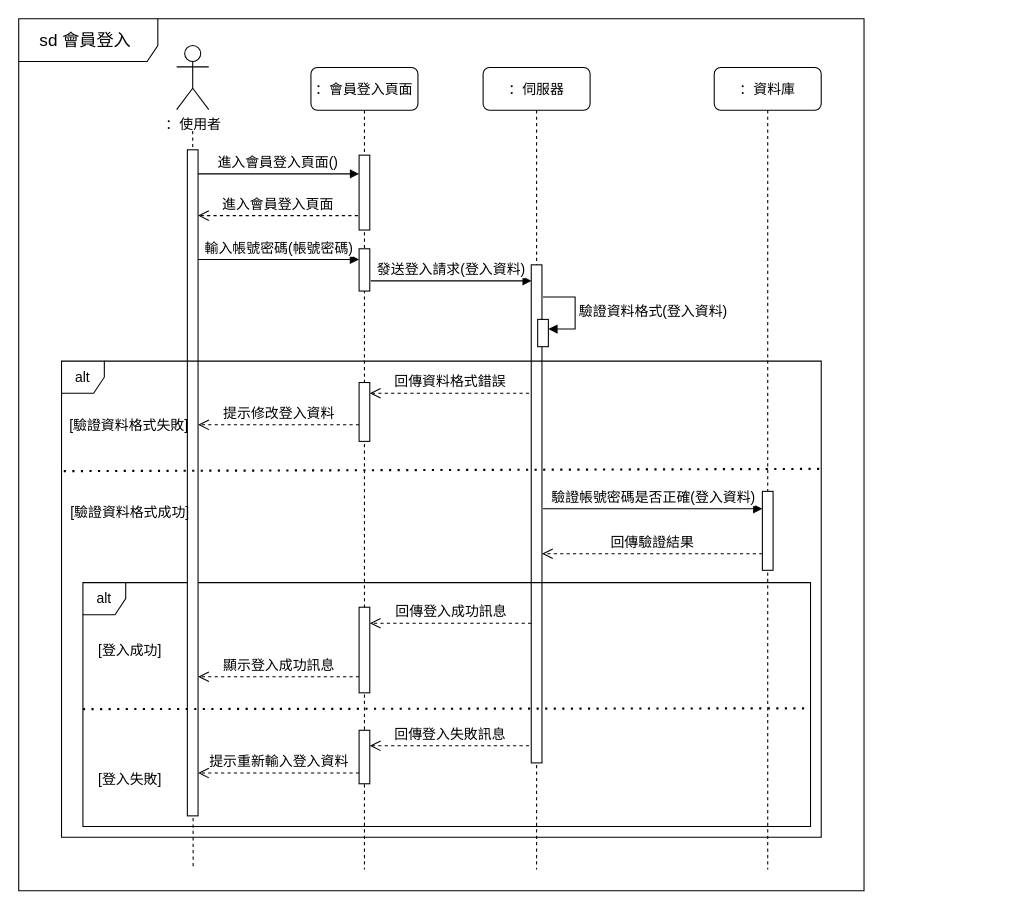
Above: page "會員登入" (2 of 9) of 文件製作/複評檔案/物件導向/循序圖.drawio in Cuddles-Yu/ntub-coding (draw.io), before the change. Source tidied: cells renumbered, new cells numbered last; positions are measured from the earlier drawing's top-left corner, leaving out a move shared by most shapes. Both pictures are drawn from the tidied source at 107%, with x=0, y=0 at pixel (18, 18).
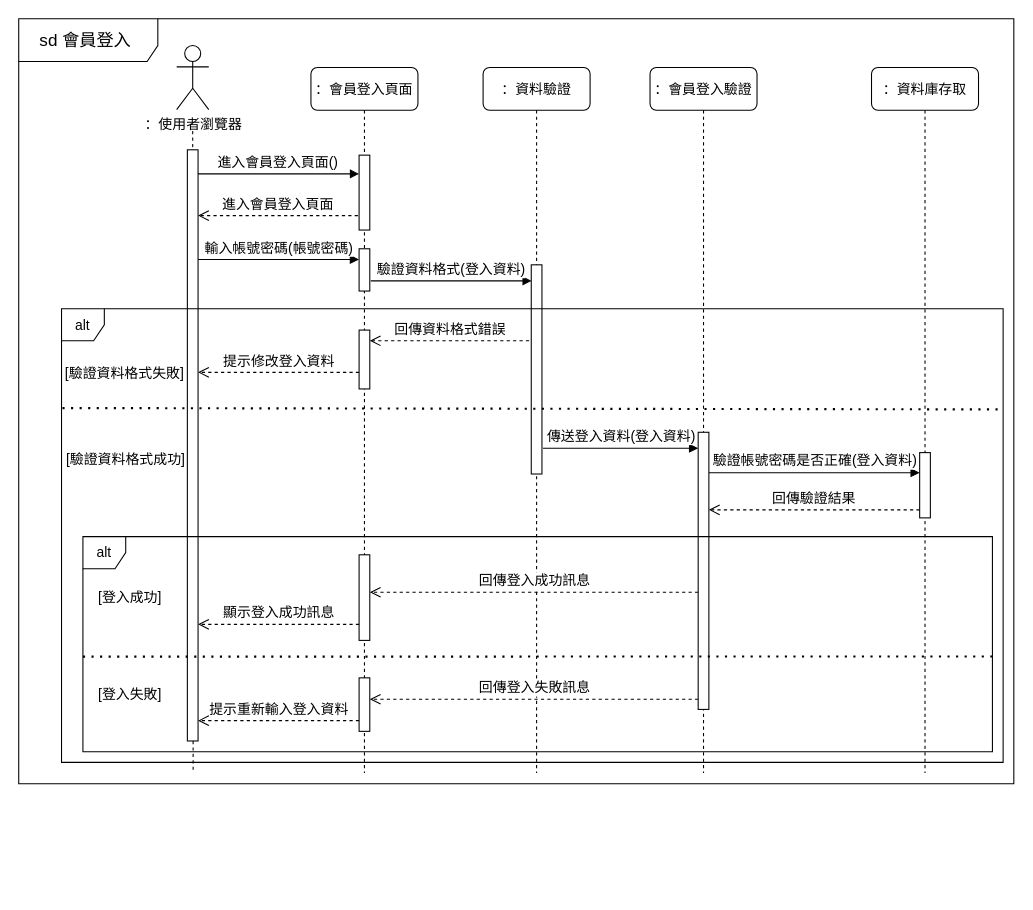
The same page after the edit.

Diff of the diagram source:
```diff
@@
-    <mxCell id="2" value="：伺服器" style="shape=umlLifeline;perimeter=lifelinePerimeter;whiteSpace=wrap;html=1;newEdgeStyle={&quot;edgeStyle&quot;:&quot;elbowEdgeStyle&quot;,&quot;elbow&quot;:&quot;vertical&quot;,&quot;curved&quot;:0,&quot;rounded&quot;:0};rounded=1;fontSize=13;" parent="1" vertex="1">
-      <mxGeometry x="434" y="45.5" width="100" height="749.5" as="geometry" />
+    <mxCell id="2" value="：資料驗證" style="shape=umlLifeline;perimeter=lifelinePerimeter;whiteSpace=wrap;html=1;newEdgeStyle={&quot;edgeStyle&quot;:&quot;elbowEdgeStyle&quot;,&quot;elbow&quot;:&quot;vertical&quot;,&quot;curved&quot;:0,&quot;rounded&quot;:0};rounded=1;fontSize=13;" parent="1" vertex="1">
+      <mxGeometry x="434" y="45.5" width="100" height="659.5" as="geometry" />
     </mxCell>
     <mxCell id="3" style="html=1;perimeter=orthogonalPerimeter;targetShapes=umlLifeline;newEdgeStyle={&quot;curved&quot;:0,&quot;rounded&quot;:0};fontSize=13;" parent="2" vertex="1">
-      <mxGeometry x="45" y="184.5" width="10" height="465.5" as="geometry" />
+      <mxGeometry x="45" y="184.5" width="10" height="195.5" as="geometry" />
     </mxCell>
-    <mxCell id="4" style="html=1;points=[[0,0,0,0,5],[0,1,0,0,-5],[1,0,0,0,5],[1,1,0,0,-5]];perimeter=orthogonalPerimeter;outlineConnect=0;targetShapes=umlLifeline;portConstraint=eastwest;newEdgeStyle={&quot;curved&quot;:0,&quot;rounded&quot;:0};fontSize=13;" parent="2" vertex="1">
-      <mxGeometry x="51" y="235.5" width="10" height="25.5" as="geometry" />
-    </mxCell>
-    <mxCell id="5" value="驗證資料格式(登入資料)" style="html=1;align=left;spacingLeft=2;endArrow=block;rounded=0;edgeStyle=orthogonalEdgeStyle;curved=0;rounded=0;fontSize=13;" parent="2" edge="1" target="4">
-      <mxGeometry relative="1" as="geometry">
-        <mxPoint x="56" y="214.5" as="sourcePoint" />
-        <Array as="points">
-          <mxPoint x="86" y="244.5" />
-        </Array>
-      </mxGeometry>
-    </mxCell>
     <mxCell id="6" style="endArrow=none;dashed=1;html=1;rounded=0;" parent="1" edge="1">
       <mxGeometry relative="1" as="geometry">
         <mxPoint x="162.6" y="105" as="sourcePoint" />
-        <mxPoint x="163" y="795" as="targetPoint" />
+        <mxPoint x="163" y="705" as="targetPoint" />
       </mxGeometry>
     </mxCell>
     <mxCell id="7" value="：會員登入頁面" style="shape=umlLifeline;perimeter=lifelinePerimeter;whiteSpace=wrap;html=1;newEdgeStyle={&quot;edgeStyle&quot;:&quot;elbowEdgeStyle&quot;,&quot;elbow&quot;:&quot;vertical&quot;,&quot;curved&quot;:0,&quot;rounded&quot;:0};rounded=1;fontSize=13;" parent="1" vertex="1">
-      <mxGeometry x="273.1" y="45.5" width="100" height="749.5" as="geometry" />
+      <mxGeometry x="273.1" y="45.5" width="100" height="659.5" as="geometry" />
     </mxCell>
@@
-    <mxCell id="10" value="：使用者" style="shape=umlActor;verticalLabelPosition=bottom;verticalAlign=top;html=1;fontSize=13;" parent="1" vertex="1">
+    <mxCell id="10" value="：使用者瀏覽器" style="shape=umlActor;verticalLabelPosition=bottom;verticalAlign=top;html=1;fontSize=13;" parent="1" vertex="1">
       <mxGeometry x="147.6" y="25" width="30" height="60" as="geometry" />
     </mxCell>
     <mxCell id="11" value="&amp;nbsp;[登入成功]" style="text;html=1;strokeColor=none;fillColor=none;align=left;verticalAlign=middle;whiteSpace=wrap;rounded=0;fontSize=13;" parent="1" vertex="1">
-      <mxGeometry x="69.2" y="575" width="82.4" height="30" as="geometry" />
+      <mxGeometry x="69.2" y="526" width="82.4" height="30" as="geometry" />
     </mxCell>
-    <mxCell id="12" value="alt" style="shape=umlFrame;whiteSpace=wrap;html=1;width=40;height=30;fontSize=13;" parent="1" vertex="1">
-      <mxGeometry x="60" y="527" width="680" height="228" as="geometry" />
-    </mxCell>
     <mxCell id="13" style="html=1;points=[[0,0,0,0,5],[0,1,0,0,-5],[1,0,0,0,5],[1,1,0,0,-5]];perimeter=orthogonalPerimeter;outlineConnect=0;targetShapes=umlLifeline;portConstraint=eastwest;newEdgeStyle={&quot;curved&quot;:0,&quot;rounded&quot;:0};fontSize=13;" parent="1" vertex="1">
-      <mxGeometry x="157.6" y="122.5" width="10" height="622.5" as="geometry" />
+      <mxGeometry x="157.6" y="122.5" width="10" height="552.5" as="geometry" />
     </mxCell>
     <mxCell id="14" value="&lt;span style=&quot;font-size: 16px; text-wrap: nowrap;&quot;&gt;&amp;nbsp; &amp;nbsp; sd 會員登入&lt;/span&gt;" style="shape=umlFrame;whiteSpace=wrap;html=1;width=130;height=40;align=left;" parent="1" vertex="1">
-      <mxGeometry width="790" height="815" as="geometry" />
+      <mxGeometry width="930" height="715" as="geometry" />
     </mxCell>
-    <mxCell id="15" value="：資料庫" style="shape=umlLifeline;perimeter=lifelinePerimeter;whiteSpace=wrap;html=1;newEdgeStyle={&quot;edgeStyle&quot;:&quot;elbowEdgeStyle&quot;,&quot;elbow&quot;:&quot;vertical&quot;,&quot;curved&quot;:0,&quot;rounded&quot;:0};rounded=1;fontSize=13;" parent="1" vertex="1">
-      <mxGeometry x="650" y="45.5" width="100" height="749.5" as="geometry" />
+    <mxCell id="15" value="：資料庫存取" style="shape=umlLifeline;perimeter=lifelinePerimeter;whiteSpace=wrap;html=1;newEdgeStyle={&quot;edgeStyle&quot;:&quot;elbowEdgeStyle&quot;,&quot;elbow&quot;:&quot;vertical&quot;,&quot;curved&quot;:0,&quot;rounded&quot;:0};rounded=1;fontSize=13;" parent="1" vertex="1">
+      <mxGeometry x="797" y="45.5" width="100" height="659.5" as="geometry" />
     </mxCell>
     <mxCell id="16" style="html=1;points=[[0,0,0,0,5],[0,1,0,0,-5],[1,0,0,0,5],[1,1,0,0,-5]];perimeter=orthogonalPerimeter;outlineConnect=0;targetShapes=umlLifeline;portConstraint=eastwest;newEdgeStyle={&quot;curved&quot;:0,&quot;rounded&quot;:0};fontSize=13;" parent="15" vertex="1">
-      <mxGeometry x="45" y="396.2" width="10" height="73.8" as="geometry" />
+      <mxGeometry x="45" y="360" width="10" height="61" as="geometry" />
     </mxCell>
@@
-    <mxCell id="20" value="發送登入請求(登入資料)" style="html=1;verticalAlign=bottom;endArrow=block;curved=0;rounded=0;fontSize=13;" parent="1" edge="1">
+    <mxCell id="20" value="驗證資料格式(登入資料)" style="html=1;verticalAlign=bottom;endArrow=block;curved=0;rounded=0;fontSize=13;" parent="1" edge="1">
       <mxGeometry relative="1" as="geometry">
         <mxPoint x="329" y="245" as="sourcePoint" />
         <mxPoint x="479.4" y="245" as="targetPoint" />
       </mxGeometry>
     </mxCell>
-    <mxCell id="21" value="驗證帳號密碼是否正確(登入資料)" style="html=1;verticalAlign=bottom;endArrow=block;curved=0;rounded=0;fontSize=13;" parent="1" edge="1" target="16">
+    <mxCell id="21" value="驗證帳號密碼是否正確(登入資料)" style="html=1;verticalAlign=bottom;endArrow=block;curved=0;rounded=0;fontSize=13;" parent="1" edge="1">
       <mxGeometry relative="1" as="geometry">
-        <mxPoint x="490" y="458" as="sourcePoint" />
+        <mxPoint x="645" y="424.3" as="sourcePoint" />
+        <mxPoint x="842" y="424.3" as="targetPoint" />
       </mxGeometry>
     </mxCell>
-    <mxCell id="22" value="回傳驗證結果" style="html=1;verticalAlign=bottom;endArrow=open;dashed=1;endSize=8;curved=0;rounded=0;fontSize=13;" parent="1" edge="1" source="16">
+    <mxCell id="22" value="回傳驗證結果" style="html=1;verticalAlign=bottom;endArrow=open;dashed=1;endSize=8;curved=0;rounded=0;fontSize=13;" parent="1" edge="1">
       <mxGeometry relative="1" as="geometry">
-        <mxPoint x="489" y="500" as="targetPoint" />
+        <mxPoint x="842" y="459" as="sourcePoint" />
+        <mxPoint x="645" y="459" as="targetPoint" />
       </mxGeometry>
     </mxCell>
     <mxCell id="23" value="alt" style="shape=umlFrame;whiteSpace=wrap;html=1;width=40;height=30;fontSize=13;" parent="1" vertex="1">
-      <mxGeometry x="40" y="320" width="710" height="445" as="geometry" />
+      <mxGeometry x="40" y="271" width="880" height="424" as="geometry" />
     </mxCell>
     <mxCell id="24" value="&amp;nbsp;[驗證資料格式失敗]" style="text;html=1;strokeColor=none;fillColor=none;align=left;verticalAlign=middle;whiteSpace=wrap;rounded=0;fontSize=13;" parent="1" vertex="1">
-      <mxGeometry x="41.6" y="365" width="120" height="30" as="geometry" />
+      <mxGeometry x="37.6" y="316" width="120" height="30" as="geometry" />
     </mxCell>
     <mxCell id="25" value="回傳資料格式錯誤" style="html=1;verticalAlign=bottom;endArrow=open;dashed=1;endSize=8;curved=0;rounded=0;fontSize=13;" parent="1" edge="1" target="26">
       <mxGeometry relative="1" as="geometry">
-        <mxPoint x="477" y="350" as="sourcePoint" />
+        <mxPoint x="477" y="301" as="sourcePoint" />
       </mxGeometry>
     </mxCell>
     <mxCell id="26" style="html=1;points=[[0,0,0,0,5],[0,1,0,0,-5],[1,0,0,0,5],[1,1,0,0,-5]];perimeter=orthogonalPerimeter;outlineConnect=0;targetShapes=umlLifeline;portConstraint=eastwest;newEdgeStyle={&quot;curved&quot;:0,&quot;rounded&quot;:0};fontSize=13;" parent="1" vertex="1">
-      <mxGeometry x="318.1" y="340" width="10" height="55" as="geometry" />
+      <mxGeometry x="318.1" y="291" width="10" height="55" as="geometry" />
     </mxCell>
-    <mxCell id="27" value="提示修改登入資料" style="html=1;verticalAlign=bottom;endArrow=open;dashed=1;endSize=8;curved=0;rounded=0;fontSize=13;" parent="1" edge="1" target="13">
+    <mxCell id="27" value="提示修改登入資料" style="html=1;verticalAlign=bottom;endArrow=open;dashed=1;endSize=8;curved=0;rounded=0;fontSize=13;" parent="1" edge="1">
       <mxGeometry relative="1" as="geometry">
-        <mxPoint x="318.1" y="379.5" as="sourcePoint" />
+        <mxPoint x="318.1" y="330.5" as="sourcePoint" />
+        <mxPoint x="167.6" y="330.5" as="targetPoint" />
       </mxGeometry>
     </mxCell>
-    <mxCell id="28" style="endArrow=none;dashed=1;html=1;dashPattern=1 3;strokeWidth=2;rounded=0;entryX=1;entryY=0.191;entryDx=0;entryDy=0;entryPerimeter=0;exitX=0.003;exitY=0.193;exitDx=0;exitDy=0;exitPerimeter=0;fontSize=13;" parent="1" edge="1">
-      <mxGeometry relative="1" as="geometry">
-        <mxPoint x="42.1" y="422.8" as="sourcePoint" />
-        <mxPoint x="750" y="420.7" as="targetPoint" />
-      </mxGeometry>
+    <mxCell id="28" style="endArrow=none;dashed=1;html=1;dashPattern=1 3;strokeWidth=2;rounded=0;entryX=0.997;entryY=0.222;entryDx=0;entryDy=0;entryPerimeter=0;fontSize=13;exitX=0.001;exitY=0.219;exitDx=0;exitDy=0;exitPerimeter=0;" parent="1" edge="1" source="23" target="23">
+      <mxGeometry relative="1" as="geometry" />
     </mxCell>
     <mxCell id="29" value="&amp;nbsp;[登入失敗]" style="text;html=1;strokeColor=none;fillColor=none;align=left;verticalAlign=middle;whiteSpace=wrap;rounded=0;fontSize=13;" parent="1" vertex="1">
-      <mxGeometry x="69.2" y="695.5" width="82.4" height="30" as="geometry" />
+      <mxGeometry x="69.2" y="616" width="82.4" height="30" as="geometry" />
     </mxCell>
-    <mxCell id="30" value="回傳登入失敗訊息" style="html=1;verticalAlign=bottom;endArrow=open;dashed=1;endSize=8;curved=0;rounded=0;fontSize=13;" parent="1" edge="1" target="31">
+    <mxCell id="30" value="回傳登入失敗訊息" style="html=1;verticalAlign=bottom;endArrow=open;dashed=1;endSize=8;curved=0;rounded=0;fontSize=13;" parent="1" edge="1">
       <mxGeometry relative="1" as="geometry">
-        <mxPoint x="477" y="679.5" as="sourcePoint" />
+        <mxPoint x="635" y="636" as="sourcePoint" />
+        <mxPoint x="328.1" y="636" as="targetPoint" />
       </mxGeometry>
     </mxCell>
     <mxCell id="31" style="html=1;points=[[0,0,0,0,5],[0,1,0,0,-5],[1,0,0,0,5],[1,1,0,0,-5]];perimeter=orthogonalPerimeter;outlineConnect=0;targetShapes=umlLifeline;portConstraint=eastwest;newEdgeStyle={&quot;curved&quot;:0,&quot;rounded&quot;:0};fontSize=13;" parent="1" vertex="1">
-      <mxGeometry x="318.1" y="665" width="10" height="50" as="geometry" />
+      <mxGeometry x="318.1" y="616" width="10" height="50" as="geometry" />
     </mxCell>
     <mxCell id="32" value="提示重新輸入登入資料" style="html=1;verticalAlign=bottom;endArrow=open;dashed=1;endSize=8;curved=0;rounded=0;fontSize=13;" parent="1" edge="1">
       <mxGeometry relative="1" as="geometry">
-        <mxPoint x="318.1" y="705" as="sourcePoint" />
-        <mxPoint x="167.6" y="705" as="targetPoint" />
+        <mxPoint x="318.1" y="656" as="sourcePoint" />
+        <mxPoint x="167.6" y="656" as="targetPoint" />
       </mxGeometry>
     </mxCell>
     <mxCell id="33" value="&amp;nbsp;[驗證資料格式成功]" style="text;html=1;strokeColor=none;fillColor=none;align=left;verticalAlign=middle;whiteSpace=wrap;rounded=0;fontSize=13;" parent="1" vertex="1">
-      <mxGeometry x="42.6" y="445.8" width="120" height="30" as="geometry" />
+      <mxGeometry x="38.6" y="396.8" width="120" height="30" as="geometry" />
     </mxCell>
-    <mxCell id="34" value="回傳登入成功訊息" style="html=1;verticalAlign=bottom;endArrow=open;dashed=1;endSize=8;curved=0;rounded=0;fontSize=13;" parent="1" edge="1" target="35">
+    <mxCell id="34" value="回傳登入成功訊息" style="html=1;verticalAlign=bottom;endArrow=open;dashed=1;endSize=8;curved=0;rounded=0;fontSize=13;" parent="1" edge="1">
       <mxGeometry relative="1" as="geometry">
-        <mxPoint x="479" y="565" as="sourcePoint" />
+        <mxPoint x="635" y="536" as="sourcePoint" />
+        <mxPoint x="328.1" y="536" as="targetPoint" />
       </mxGeometry>
     </mxCell>
     <mxCell id="35" style="html=1;points=[[0,0,0,0,5],[0,1,0,0,-5],[1,0,0,0,5],[1,1,0,0,-5]];perimeter=orthogonalPerimeter;outlineConnect=0;targetShapes=umlLifeline;portConstraint=eastwest;newEdgeStyle={&quot;curved&quot;:0,&quot;rounded&quot;:0};fontSize=13;" parent="1" vertex="1">
-      <mxGeometry x="318.1" y="550" width="10" height="80" as="geometry" />
+      <mxGeometry x="318.1" y="501" width="10" height="80" as="geometry" />
     </mxCell>
-    <mxCell id="36" value="顯示登入成功訊息" style="html=1;verticalAlign=bottom;endArrow=open;dashed=1;endSize=8;curved=0;rounded=0;fontSize=13;" parent="1" edge="1" target="13">
+    <mxCell id="36" value="顯示登入成功訊息" style="html=1;verticalAlign=bottom;endArrow=open;dashed=1;endSize=8;curved=0;rounded=0;fontSize=13;" parent="1" edge="1">
       <mxGeometry relative="1" as="geometry">
-        <mxPoint x="318.1" y="615" as="sourcePoint" />
+        <mxPoint x="318.1" y="566" as="sourcePoint" />
+        <mxPoint x="167.6" y="566" as="targetPoint" />
       </mxGeometry>
     </mxCell>
+    <mxCell id="38" value="：會員登入驗證" style="shape=umlLifeline;perimeter=lifelinePerimeter;whiteSpace=wrap;html=1;newEdgeStyle={&quot;edgeStyle&quot;:&quot;elbowEdgeStyle&quot;,&quot;elbow&quot;:&quot;vertical&quot;,&quot;curved&quot;:0,&quot;rounded&quot;:0};rounded=1;fontSize=13;" parent="1" vertex="1">
+      <mxGeometry x="590" y="45.5" width="100" height="659.5" as="geometry" />
+    </mxCell>
+    <mxCell id="39" style="html=1;perimeter=orthogonalPerimeter;targetShapes=umlLifeline;newEdgeStyle={&quot;curved&quot;:0,&quot;rounded&quot;:0};fontSize=13;" parent="38" vertex="1">
+      <mxGeometry x="45" y="341" width="10" height="259" as="geometry" />
+    </mxCell>
+    <mxCell id="40" value="&lt;font style=&quot;font-size: 13px;&quot;&gt;傳送登入資料(登入資料)&lt;/font&gt;" style="html=1;verticalAlign=bottom;endArrow=block;curved=0;rounded=0;fontSize=13;" parent="1" edge="1">
+      <mxGeometry relative="1" as="geometry">
+        <mxPoint x="490" y="401.4" as="sourcePoint" />
+        <mxPoint x="635" y="401.4" as="targetPoint" />
+      </mxGeometry>
+    </mxCell>
-    <mxCell id="37" style="endArrow=none;dashed=1;html=1;dashPattern=1 3;strokeWidth=2;rounded=0;exitX=0;exitY=0.413;exitDx=0;exitDy=0;exitPerimeter=0;entryX=0.997;entryY=0.41;entryDx=0;entryDy=0;entryPerimeter=0;fontSize=13;" parent="1" edge="1">
+    <mxCell id="37" style="endArrow=none;dashed=1;html=1;dashPattern=1 3;strokeWidth=2;rounded=0;exitX=0;exitY=0.413;exitDx=0;exitDy=0;exitPerimeter=0;fontSize=13;" parent="1" edge="1">
       <mxGeometry relative="1" as="geometry">
-        <mxPoint x="60" y="645.2" as="sourcePoint" />
-        <mxPoint x="738" y="644.5" as="targetPoint" />
+        <mxPoint x="60" y="596.2" as="sourcePoint" />
+        <mxPoint x="911" y="596" as="targetPoint" />
       </mxGeometry>
     </mxCell>
+    <mxCell id="12" value="alt" style="shape=umlFrame;whiteSpace=wrap;html=1;width=40;height=30;fontSize=13;" parent="1" vertex="1">
+      <mxGeometry x="60" y="484" width="850" height="201" as="geometry" />
+    </mxCell>
```
